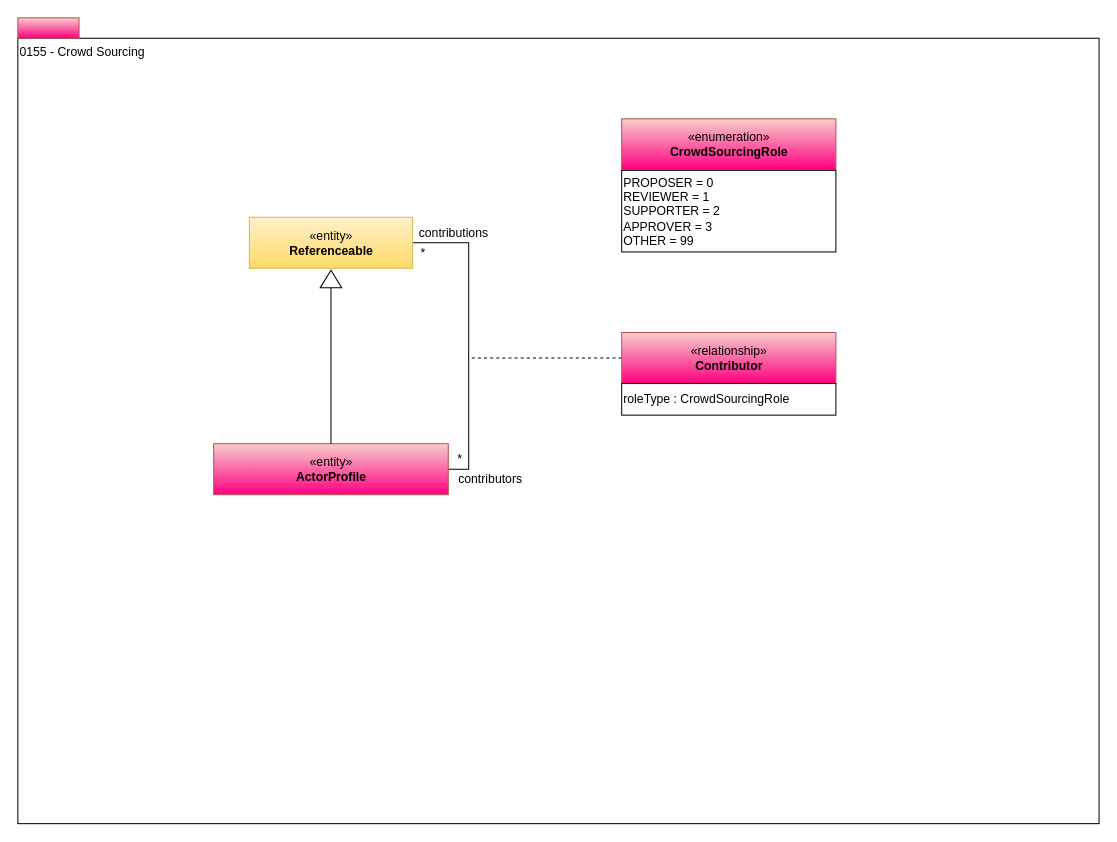
The draw.io diagram page "0155-Crowd-Sourcing" (12 of 13) of open-metadata-publication/website/open-metadata-types/area-1-collaboration.drawio in odpi/egeria, before the edit. Source tidied: cells renumbered, new cells numbered last; positions are measured from the earlier drawing's top-left corner, leaving out a move shared by most shapes. Both pictures are drawn from the tidied source at 102%, with x=0, y=0 at pixel (17, 17).
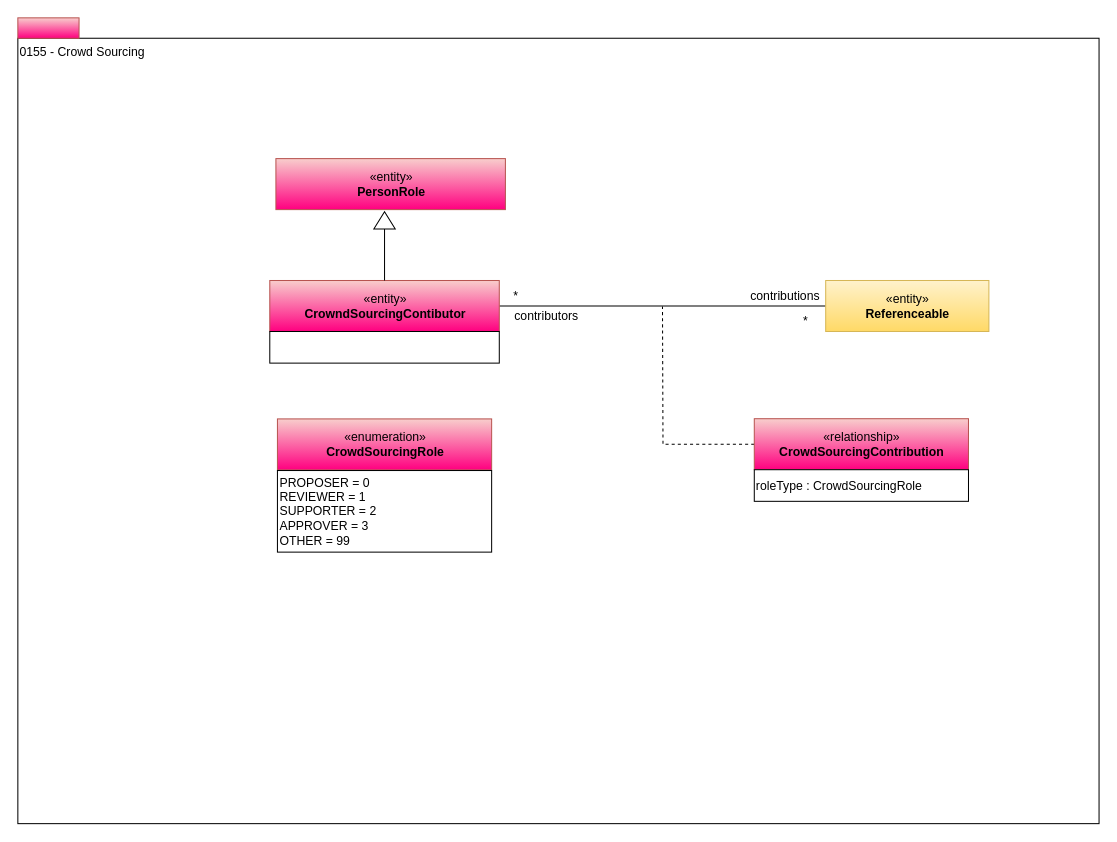
The same page after the edit.

The edit, as a diff of the source:
```diff
@@
-    <mxCell id="3" style="edgeStyle=orthogonalEdgeStyle;rounded=0;html=1;exitX=1;exitY=0.5;entryX=1;entryY=0.5;endArrow=none;endFill=0;jettySize=auto;" parent="1" edge="1" source="4" target="8">
+    <mxCell id="3" style="edgeStyle=orthogonalEdgeStyle;rounded=0;html=1;exitX=1;exitY=0.5;entryX=0;entryY=0.5;endArrow=none;endFill=0;jettySize=auto;entryDx=0;entryDy=0;" parent="1" edge="1" source="4" target="8">
       <mxGeometry relative="1" as="geometry" />
     </mxCell>
-    <mxCell id="4" value="«entity»&lt;br&gt;&lt;b&gt;ActorProfile&lt;/b&gt;" style="html=1;strokeColor=#b85450;align=center;fillColor=#f8cecc;gradientColor=#FF0080;" parent="1" vertex="1">
-      <mxGeometry x="192" y="417.5" width="230" height="50" as="geometry" />
+    <mxCell id="4" value="«entity»&lt;br&gt;&lt;b&gt;CrowndSourcingContibutor&lt;/b&gt;" style="html=1;strokeColor=#b85450;align=center;fillColor=#f8cecc;gradientColor=#FF0080;" parent="1" vertex="1">
+      <mxGeometry x="247" y="257.5" width="225" height="50" as="geometry" />
     </mxCell>
@@
     <mxCell id="7" style="triangle;whiteSpace=wrap;html=1;strokeColor=#000000;gradientColor=#ffffff;align=center;rotation=-90;" parent="1" vertex="1">
-      <mxGeometry x="298.5" y="245.5" width="17" height="21" as="geometry" />
+      <mxGeometry x="351" y="188" width="17" height="21" as="geometry" />
     </mxCell>
     <mxCell id="8" value="«entity»&lt;br&gt;&lt;b&gt;Referenceable&lt;/b&gt;" style="html=1;strokeColor=#d6b656;align=center;fillColor=#fff2cc;gradientColor=#ffd966;" parent="1" vertex="1">
-      <mxGeometry x="227" y="195.5" width="160" height="50" as="geometry" />
+      <mxGeometry x="792" y="257.5" width="160" height="50" as="geometry" />
     </mxCell>
     <mxCell id="9" style="edgeStyle=orthogonalEdgeStyle;rounded=0;html=1;exitX=0;exitY=0.5;endArrow=none;endFill=0;jettySize=auto;dashed=1;" parent="1" edge="1" source="10">
       <mxGeometry relative="1" as="geometry">
-        <mxPoint x="442" y="333.5" as="targetPoint" />
+        <mxPoint x="632" y="283" as="targetPoint" />
       </mxGeometry>
     </mxCell>
-    <mxCell id="10" value="«relationship»&lt;br&gt;&lt;b&gt;Contributor&lt;/b&gt;" style="html=1;strokeColor=#b85450;align=center;fillColor=#f8cecc;gradientColor=#FF0080;" parent="1" vertex="1">
-      <mxGeometry x="592" y="308.5" width="210" height="50" as="geometry" />
+    <mxCell id="10" value="«relationship»&lt;br&gt;&lt;b&gt;CrowdSourcingContribution&lt;/b&gt;" style="html=1;strokeColor=#b85450;align=center;fillColor=#f8cecc;gradientColor=#FF0080;" parent="1" vertex="1">
+      <mxGeometry x="722" y="393" width="210" height="50" as="geometry" />
     </mxCell>
     <mxCell id="11" value="roleType : CrowdSourcingRole&amp;nbsp;" style="rounded=0;whiteSpace=wrap;html=1;strokeColor=#000000;gradientColor=#ffffff;align=left;" parent="1" vertex="1">
-      <mxGeometry x="592" y="358.5" width="210" height="31" as="geometry" />
+      <mxGeometry x="722" y="443" width="210" height="31" as="geometry" />
     </mxCell>
     <mxCell id="12" value="«enumeration»&lt;br&gt;&lt;span&gt;&lt;b&gt;CrowdSourcingRole&lt;/b&gt;&lt;/span&gt;&lt;br&gt;" style="html=1;strokeColor=#b85450;align=center;fillColor=#f8cecc;gradientColor=#FF0080;" parent="1" vertex="1">
-      <mxGeometry x="592" y="99" width="210" height="50" as="geometry" />
+      <mxGeometry x="254.5" y="393.2" width="210" height="50" as="geometry" />
     </mxCell>
     <mxCell id="13" value="&lt;div style=&quot;text-align: left&quot;&gt;PROPOSER = 0&lt;/div&gt;&lt;div style=&quot;text-align: left&quot;&gt;REVIEWER = 1&lt;/div&gt;&lt;div style=&quot;text-align: left&quot;&gt;SUPPORTER = 2&lt;/div&gt;&lt;div style=&quot;text-align: left&quot;&gt;APPROVER = 3&lt;/div&gt;&lt;div style=&quot;text-align: left&quot;&gt;OTHER = 99&lt;/div&gt;" style="rounded=0;whiteSpace=wrap;html=1;strokeColor=#000000;gradientColor=#ffffff;align=left;" parent="1" vertex="1">
-      <mxGeometry x="592" y="149.5" width="210" height="80" as="geometry" />
+      <mxGeometry x="254.5" y="443.8" width="210" height="80" as="geometry" />
     </mxCell>
     <mxCell id="14" value="*" style="text;html=1;align=center;verticalAlign=top;spacingTop=-4;" parent="1" vertex="1">
-      <mxGeometry x="387" y="220.5" width="20" height="20" as="geometry" />
+      <mxGeometry x="762" y="287.5" width="20" height="20" as="geometry" />
     </mxCell>
     <mxCell id="15" value="*" style="text;html=1;align=center;verticalAlign=top;spacingTop=-4;" parent="1" vertex="1">
-      <mxGeometry x="423" y="422.5" width="20" height="20" as="geometry" />
+      <mxGeometry x="478" y="262.5" width="20" height="20" as="geometry" />
     </mxCell>
     <mxCell id="16" value="contributions" style="text;html=1;align=center;verticalAlign=top;spacingTop=-4;" parent="1" vertex="1">
-      <mxGeometry x="387" y="200.5" width="80" height="20" as="geometry" />
+      <mxGeometry x="712" y="262.5" width="80" height="20" as="geometry" />
     </mxCell>
     <mxCell id="17" value="contributors" style="text;html=1;align=center;verticalAlign=top;spacingTop=-4;" parent="1" vertex="1">
-      <mxGeometry x="423" y="442.5" width="80" height="20" as="geometry" />
+      <mxGeometry x="478" y="282.5" width="80" height="20" as="geometry" />
     </mxCell>
+    <mxCell id="18" style="rounded=0;whiteSpace=wrap;html=1;strokeColor=#000000;gradientColor=#ffffff;align=left;" parent="1" vertex="1">
+      <mxGeometry x="247" y="307.5" width="225" height="31" as="geometry" />
+    </mxCell>
+    <mxCell id="19" value="«entity»&lt;br&gt;&lt;b&gt;PersonRole&lt;/b&gt;" style="html=1;strokeColor=#b85450;align=center;fillColor=#f8cecc;gradientColor=#FF0080;" parent="1" vertex="1">
+      <mxGeometry x="253" y="138" width="225" height="50" as="geometry" />
+    </mxCell>
```
